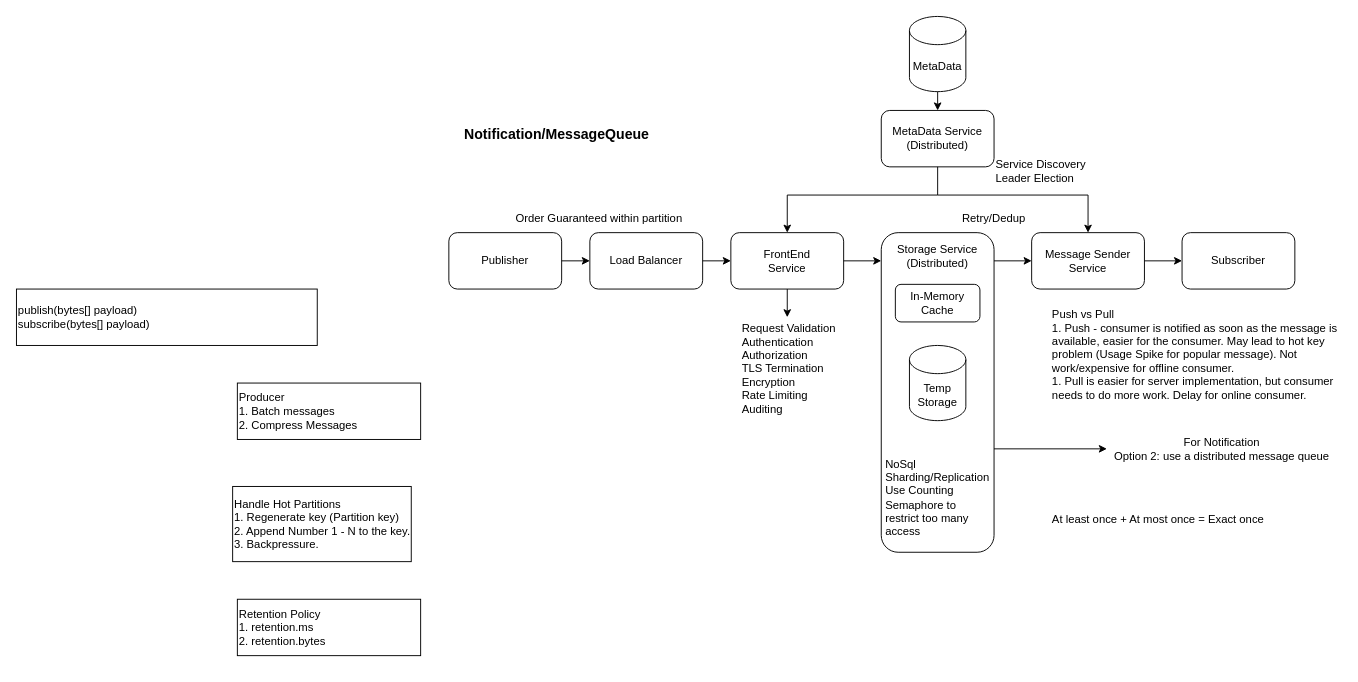
Before: 1_Notification_MessageQ.drawio in xwq172677170/SysdDiagram, a draw.io diagram. Source tidied: cells renumbered, new cells numbered last; positions are measured from the earlier drawing's top-left corner, leaving out a move shared by most shapes. Both pictures are drawn from the tidied source at 94%, with x=0, y=0 at pixel (16, 16).
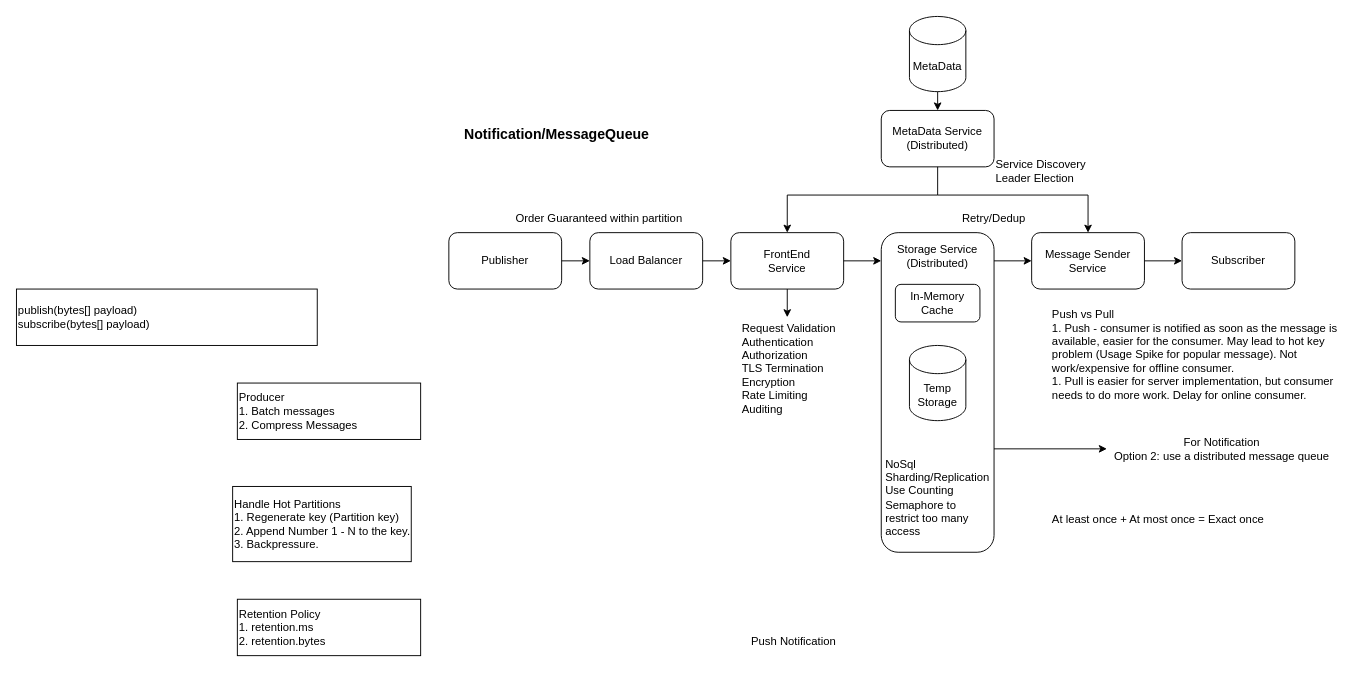
Above is the later version.

The edit, as a diff of the source:
```diff
@@
+    <mxCell id="36" value="Push Notification" style="text;html=1;align=left;verticalAlign=middle;whiteSpace=wrap;rounded=0;" parent="1" vertex="1">
+      <mxGeometry x="780" y="640" width="290" height="50" as="geometry" />
+    </mxCell>
```
